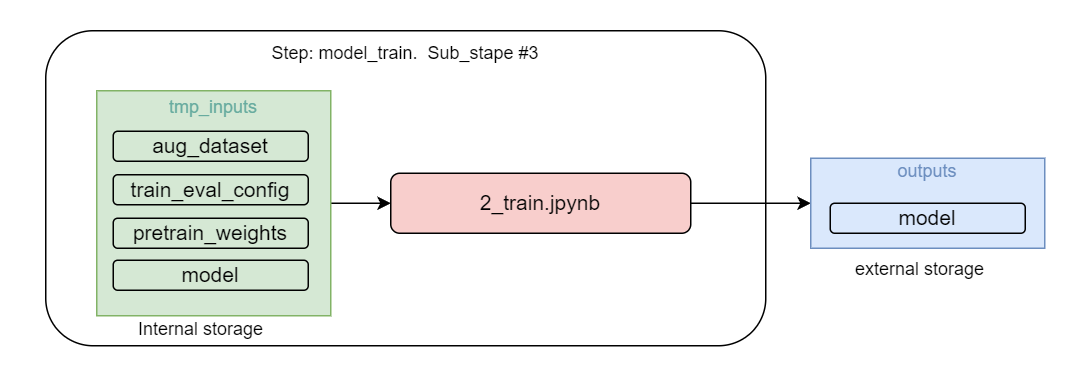
4-DS/obj_detect_rest-model_train keeps this draw.io diagram as imgs/2_train.drawio.png. Above is the earlier version. Source tidied: cells renumbered, new cells last; positions are measured from the earlier drawing's top-left corner, leaving out a move shared by most shapes.
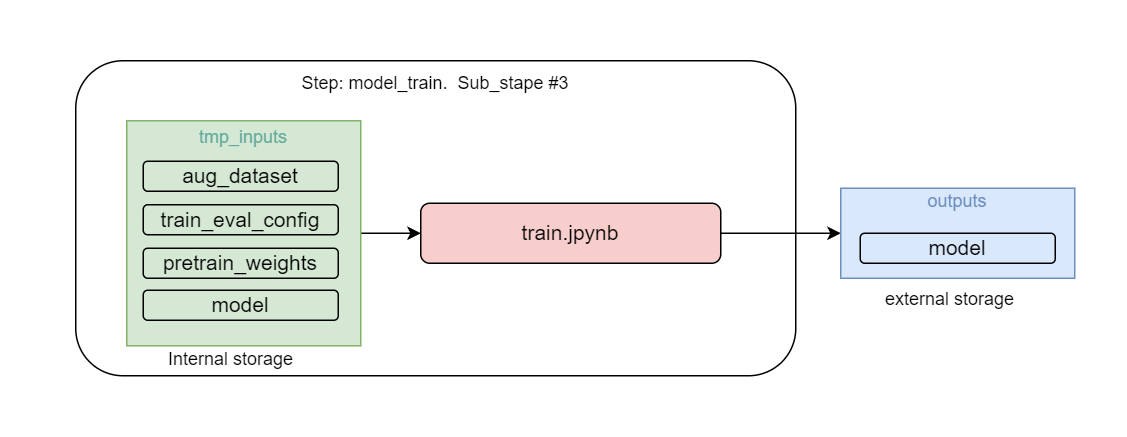
The same diagram one commit later.

Diff of the diagram source:
```diff
@@ -20,7 +20,7 @@
     <mxCell id="7" style="edgeStyle=orthogonalEdgeStyle;rounded=0;jettySize=auto;html=1;" parent="1" edge="1" source="8" target="13">
       <mxGeometry relative="1" as="geometry" />
     </mxCell>
-    <mxCell id="8" value="&lt;font style=&quot;font-size: 14px;&quot;&gt;2_train.jpynb&lt;/font&gt;" style="rounded=1;whiteSpace=wrap;html=1;fillColor=#f8cecc;strokeColor=#000000;strokeWidth=1;" parent="1" vertex="1">
+    <mxCell id="8" value="&lt;font style=&quot;font-size: 14px;&quot;&gt;train.jpynb&lt;/font&gt;" style="rounded=1;whiteSpace=wrap;html=1;fillColor=#f8cecc;strokeColor=#000000;strokeWidth=1;" parent="1" vertex="1">
       <mxGeometry x="260" y="115" width="200" height="40" as="geometry" />
     </mxCell>
     <mxCell id="9" value="&lt;font style=&quot;font-size: 14px;&quot;&gt;aug_dataset&lt;/font&gt;" style="rounded=1;whiteSpace=wrap;html=1;fillColor=#d5e8d4;strokeColor=#000000;strokeWidth=1;" parent="1" vertex="1">
```
